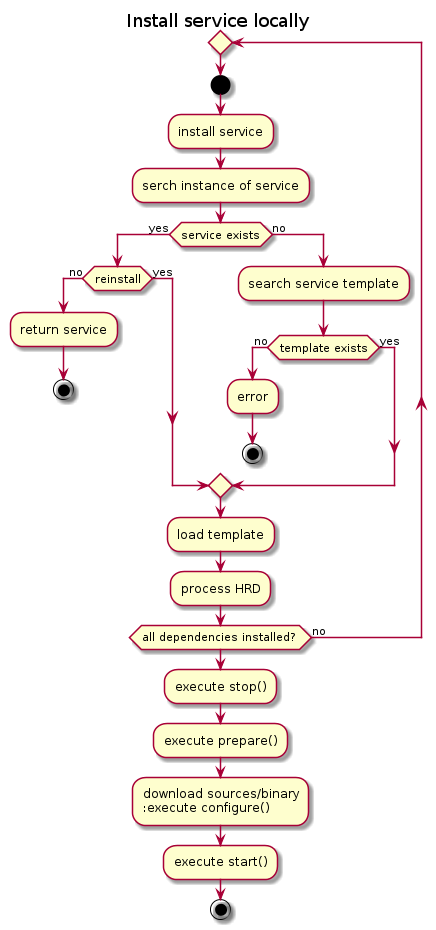
Earlier version of the PlantUML export specs/diagrams/ays_install_local.png (rudecs/jumpscale_core7). The source it was exported from:
```plantuml
@startuml
title Install service locally
repeat
    start
    :install service;
    :serch instance of service;
    if (service exists) then (yes)
        if (reinstall) then (no)
            :return service;
            stop
        else (yes)
        endif
    else (no)
        :search service template;
        if (template exists) then (no)
            :error;
            stop
        else (yes)
        endif
    endif

    :load template;
    :process HRD;
repeat while (all dependencies installed? ) is (no)
    :execute stop();
    :execute prepare();
    :download sources/binary
    :execute configure();
    :execute start();
 stop
@enduml
```
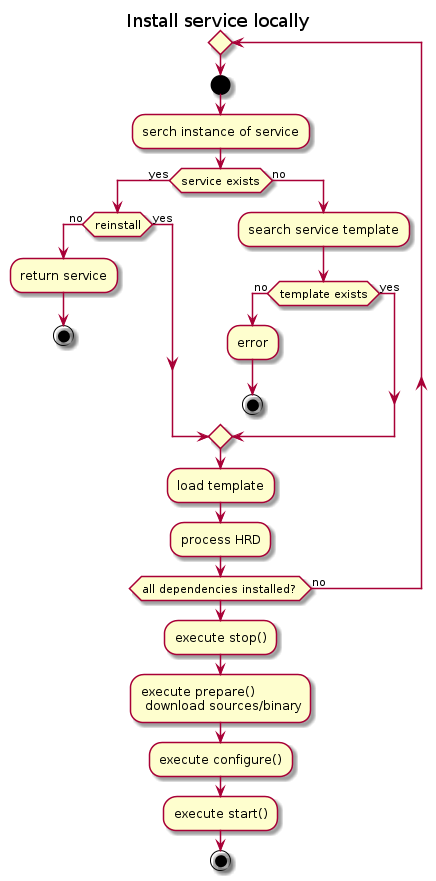
The same diagram one commit later.

Commit message:
update ays specs and diagrams

The edit, as a diff of the source:
```diff
@@ -2,7 +2,6 @@
 title Install service locally
 repeat
     start
-    :install service;
     :serch instance of service;
     if (service exists) then (yes)
         if (reinstall) then (no)
@@ -23,8 +22,8 @@
     :process HRD;
 repeat while (all dependencies installed? ) is (no)
     :execute stop();
-    :execute prepare();
-    :download sources/binary
+    :execute prepare()
+     download sources/binary;
     :execute configure();
     :execute start();
  stop
```
